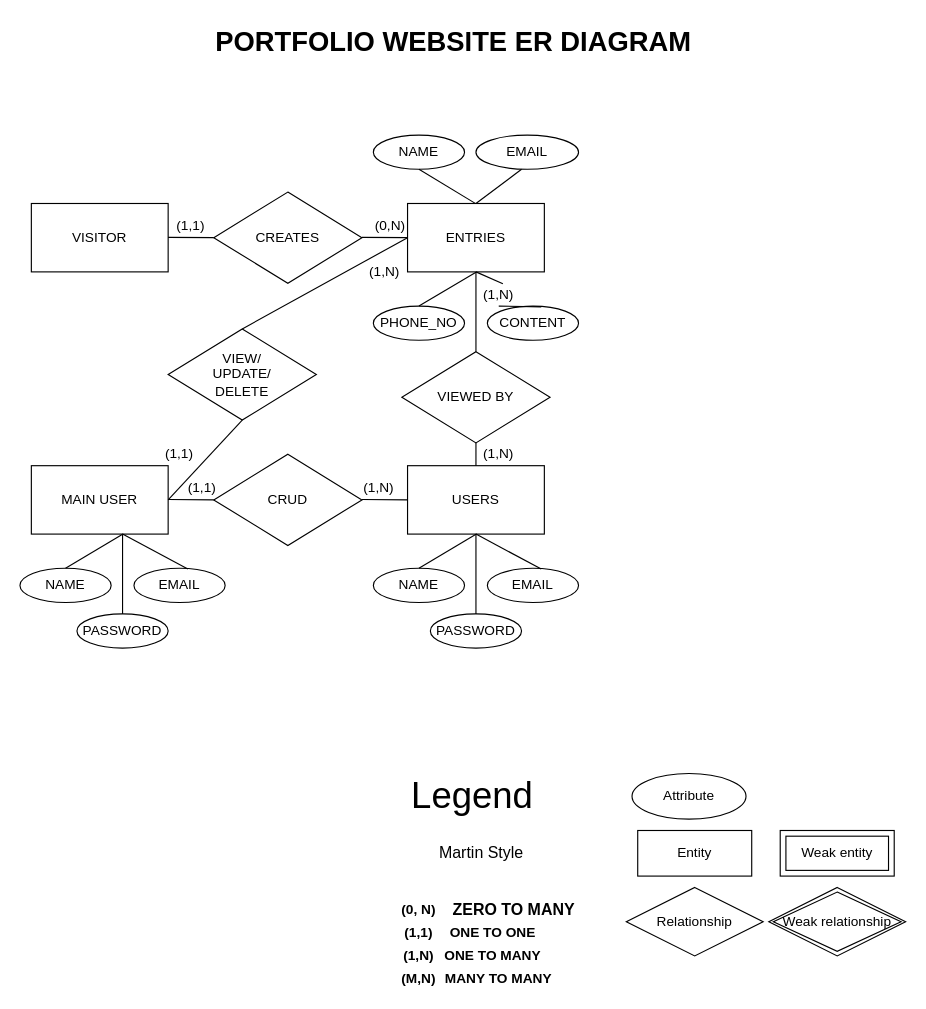
This is Submissions/Assignment01/Portfilio_ER.drawio from hussainlallani/f20_csfs1030, a draw.io file, before an edit. Source tidied: cells renumbered, new cells numbered last; positions are measured from the earlier drawing's top-left corner, leaving out a move shared by most shapes. Both pictures are drawn from the tidied source at 114%, with x=0, y=0 at pixel (19, 19).
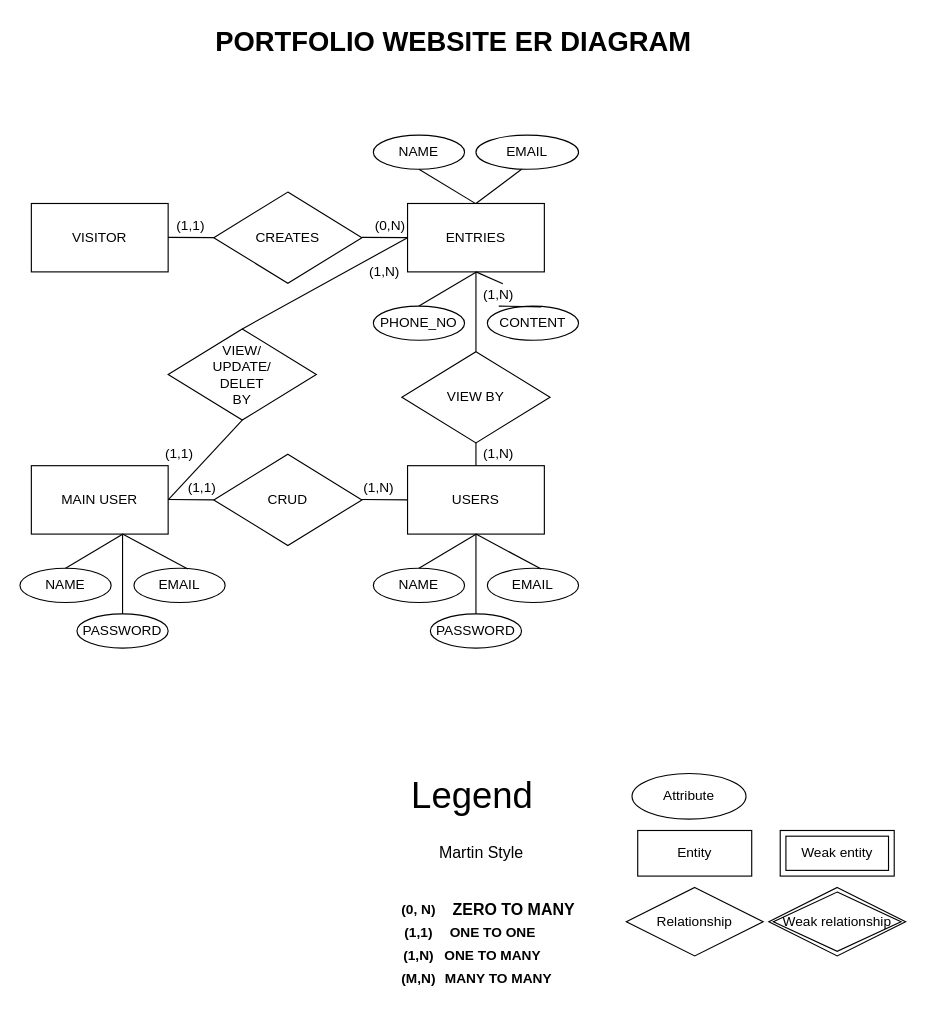
The same diagram, later.

What changed in the source:
```diff
@@
-    <mxCell id="28" value="VIEWED BY" style="rhombus;whiteSpace=wrap;html=1;" parent="1" vertex="1">
+    <mxCell id="28" value="VIEW BY" style="rhombus;whiteSpace=wrap;html=1;" parent="1" vertex="1">
       <mxGeometry x="335" y="291" width="130" height="80" as="geometry" />
     </mxCell>
@@
-    <mxCell id="40" value="VIEW/&lt;br&gt;UPDATE/&lt;br&gt;DELETE" style="text;html=1;strokeColor=none;fillColor=none;align=center;verticalAlign=middle;whiteSpace=wrap;rounded=0;" parent="1" vertex="1">
+    <mxCell id="40" value="VIEW/&lt;br&gt;UPDATE/&lt;br&gt;DELET BY" style="text;html=1;strokeColor=none;fillColor=none;align=center;verticalAlign=middle;whiteSpace=wrap;rounded=0;" parent="1" vertex="1">
       <mxGeometry x="175" y="301" width="40" height="20" as="geometry" />
     </mxCell>
```
